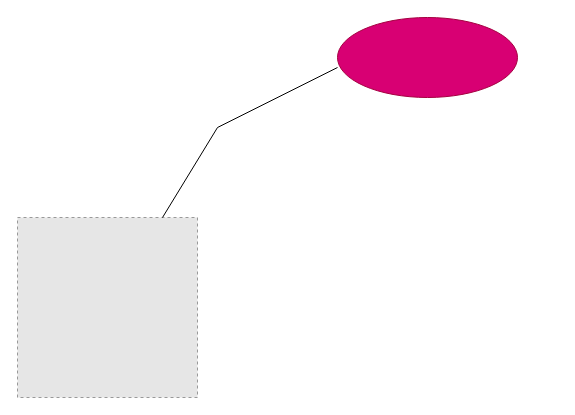
Earlier version of the draw.io diagram UserCase.drawio (Sahil3M3/Project). Source tidied: cells renumbered, new cells numbered last; positions are measured from the earlier drawing's top-left corner, leaving out a move shared by most shapes. Both pictures are drawn from the tidied source at 100%, with x=0, y=0 at pixel (17, 17). Pictures stored in the file or linked from it are replaced by grey dashed boxes.
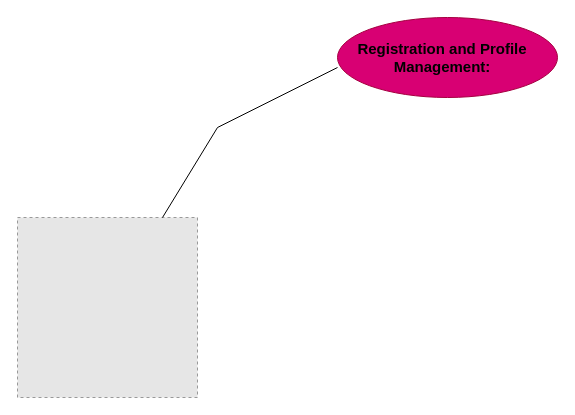
Above is the later version.

Diff of the diagram source:
```diff
@@
-<mxGraphModel>
+<mxGraphModel background="#FFFFFF">
   <root>
     <mxCell id="0" />
     <mxCell id="1" parent="0" />
     <mxCell id="2" style="fillColor=#E6E6E6;strokeColor=#999999;dashed=1;verticalLabelPosition=bottom;labelBackgroundColor=default;verticalAlign=top;" parent="1" vertex="1">
       <mxGeometry y="200" width="180" height="180" as="geometry" />
     </mxCell>
     <mxCell id="3" style="endArrow=none;html=1;rounded=0;" parent="1" edge="1" source="2">
       <mxGeometry relative="1" as="geometry">
         <mxPoint x="320" y="50" as="targetPoint" />
         <Array as="points">
           <mxPoint x="200" y="110" />
         </Array>
       </mxGeometry>
     </mxCell>
     <mxCell id="4" style="ellipse;whiteSpace=wrap;html=1;fillColor=#d80073;fontColor=#ffffff;strokeColor=#A50040;" parent="1" vertex="1">
-      <mxGeometry x="320" width="180" height="80" as="geometry" />
+      <mxGeometry x="320" width="220" height="80" as="geometry" />
     </mxCell>
+    <mxCell id="5" value="Registration and Profile Management:" style="text;strokeColor=none;align=center;fillColor=none;html=1;verticalAlign=middle;whiteSpace=wrap;rounded=0;fontStyle=1;fontSize=15;" parent="1" vertex="1">
+      <mxGeometry x="330" width="190" height="80" as="geometry" />
+    </mxCell>
   </root>
 </mxGraphModel>
```
